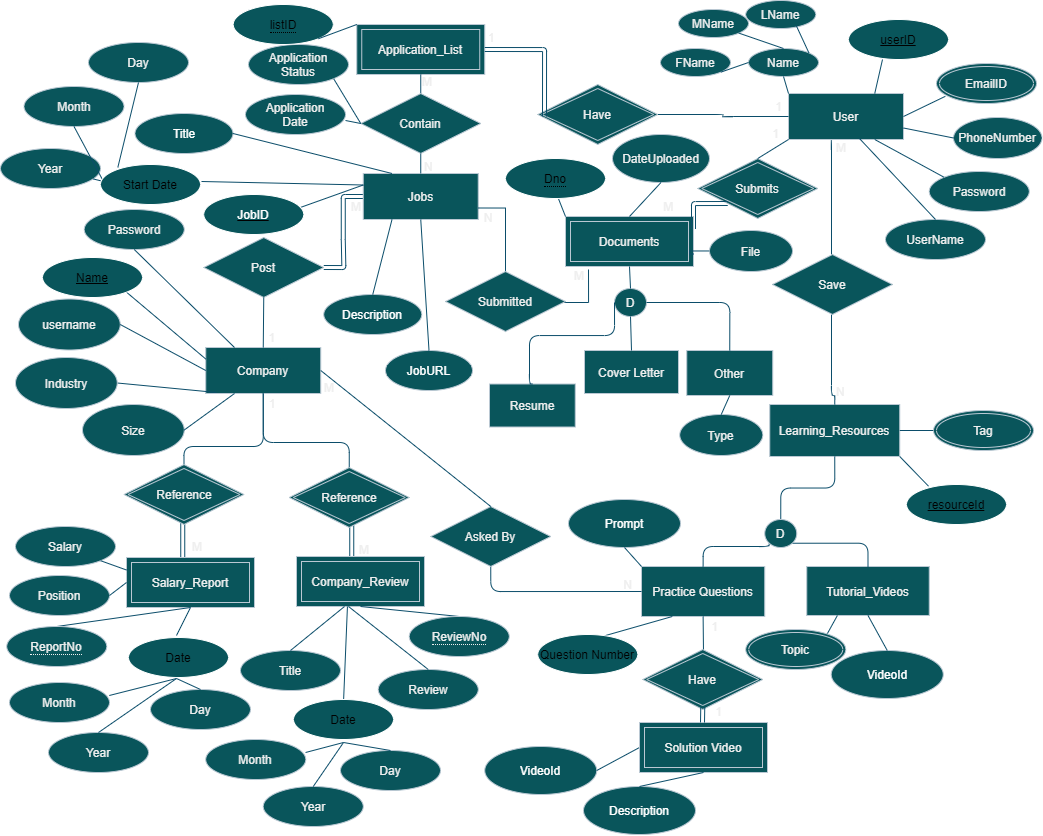
num4n1/SWESeek keeps this draw.io diagram as dbDesignDoc.png. Above is the earlier version. Source tidied: cells renumbered, new cells last; positions are measured from the earlier drawing's top-left corner, leaving out a move shared by most shapes.
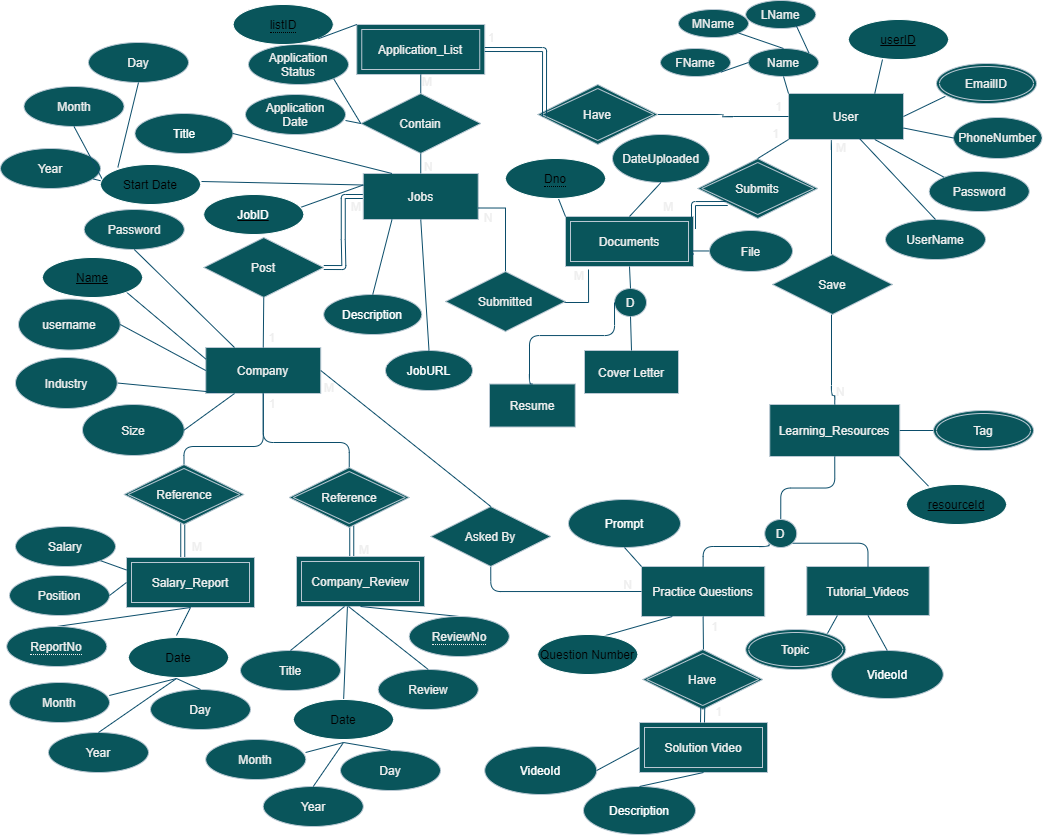
The same file after the commit.

The edit, as a diff of the source:
```diff
@@ -221,9 +221,6 @@
     <mxCell id="58" value="Cover Letter" style="rounded=0;whiteSpace=wrap;html=1;fontColor=#EEEEEE;strokeColor=#BAC8D3;fillColor=#09555B;" parent="1" vertex="1">
       <mxGeometry x="584" y="350" width="94" height="43" as="geometry" />
     </mxCell>
-    <mxCell id="59" value="Other" style="rounded=0;whiteSpace=wrap;html=1;fontColor=#EEEEEE;strokeColor=#BAC8D3;fillColor=#09555B;" parent="1" vertex="1">
-      <mxGeometry x="686.2" y="350" width="86" height="45" as="geometry" />
-    </mxCell>
     <mxCell id="60" style="endArrow=none;html=1;rounded=0;entryX=0.5;entryY=1;entryDx=0;entryDy=0;exitX=0.5;exitY=0;exitDx=0;exitDy=0;strokeColor=#0B4D6A;" parent="1" edge="1" source="55" target="50">
       <mxGeometry relative="1" as="geometry" />
     </mxCell>
@@ -236,13 +233,6 @@
         </Array>
       </mxGeometry>
     </mxCell>
-    <mxCell id="62" style="edgeStyle=orthogonalEdgeStyle;curved=0;rounded=1;sketch=0;jettySize=auto;html=1;exitX=1;exitY=0.5;exitDx=0;exitDy=0;strokeColor=#0B4D6A;endArrow=none;endFill=0;entryX=0.5;entryY=0;entryDx=0;entryDy=0;" parent="1" edge="1" source="55" target="59">
-      <mxGeometry relative="1" as="geometry">
-        <Array as="points">
-          <mxPoint x="729" y="302" />
-        </Array>
-      </mxGeometry>
-    </mxCell>
     <mxCell id="63" style="endArrow=none;html=1;rounded=0;entryX=0.5;entryY=1;entryDx=0;entryDy=0;exitX=0.5;exitY=0;exitDx=0;exitDy=0;strokeColor=#0B4D6A;" parent="1" edge="1" source="58" target="55">
       <mxGeometry relative="1" as="geometry" />
     </mxCell>
@@ -297,12 +287,6 @@
         <mxPoint x="125.4" y="291.1" as="sourcePoint" />
       </mxGeometry>
     </mxCell>
-    <mxCell id="76" value="Type" style="ellipse;whiteSpace=wrap;html=1;fontColor=#EEEEEE;strokeColor=#BAC8D3;fillColor=#09555B;" parent="1" vertex="1">
-      <mxGeometry x="679.2" y="414" width="83" height="41" as="geometry" />
-    </mxCell>
-    <mxCell id="77" style="endArrow=none;html=1;rounded=0;entryX=0.5;entryY=1;entryDx=0;entryDy=0;exitX=0.5;exitY=0;exitDx=0;exitDy=0;strokeColor=#0B4D6A;" parent="1" edge="1" source="76" target="59">
-      <mxGeometry relative="1" as="geometry" />
-    </mxCell>
     <mxCell id="78" value="Salary_Report" style="shape=ext;margin=3;double=1;whiteSpace=wrap;html=1;align=center;rounded=0;sketch=0;fontColor=#EEEEEE;strokeColor=#BAC8D3;fillColor=#09555B;" parent="1" vertex="1">
       <mxGeometry x="126" y="557" width="128" height="50" as="geometry" />
     </mxCell>
```
